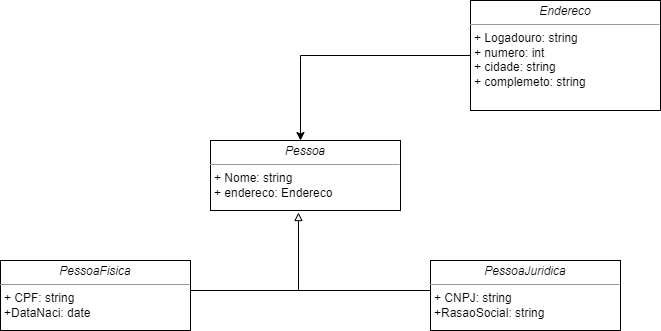
samuelllxlll/senai-git keeps this draw.io diagram as SA2 - Situação-Problema.drawio.png. Above is the earlier version. Source tidied: cells renumbered, new cells last; positions are measured from the earlier drawing's top-left corner, leaving out a move shared by most shapes. The source it was exported from:
```xml
<mxGraphModel>
  <root>
    <mxCell id="0" />
    <mxCell id="1" parent="0" />
    <mxCell id="2" value="&lt;p style=&quot;margin:0px;margin-top:4px;text-align:center;&quot;&gt;&lt;i&gt;Pessoa&lt;/i&gt;&lt;/p&gt;&lt;hr size=&quot;1&quot;&gt;&lt;p style=&quot;margin:0px;margin-left:4px;&quot;&gt;+ Nome: string&lt;/p&gt;&lt;p style=&quot;margin: 0px 0px 0px 4px;&quot;&gt;+ endereco: Endereco&lt;/p&gt;&lt;div&gt;&lt;br&gt;&lt;/div&gt;&lt;p style=&quot;margin:0px;margin-left:4px;&quot;&gt;&lt;br&gt;&lt;/p&gt;" style="verticalAlign=top;align=left;overflow=fill;fontSize=12;fontFamily=Helvetica;html=1;rounded=0;shadow=0;comic=0;labelBackgroundColor=none;strokeWidth=1;" parent="1" vertex="1">
      <mxGeometry x="210" y="140" width="190" height="70" as="geometry" />
    </mxCell>
    <mxCell id="3" style="edgeStyle=orthogonalEdgeStyle;rounded=0;orthogonalLoop=1;jettySize=auto;html=1;exitX=1;exitY=0.5;exitDx=0;exitDy=0;endArrow=none;endFill=0;endSize=6;strokeColor=default;" parent="1" edge="1">
      <mxGeometry relative="1" as="geometry">
        <mxPoint x="190" y="290" as="sourcePoint" />
        <mxPoint x="300" y="290" as="targetPoint" />
      </mxGeometry>
    </mxCell>
    <mxCell id="4" value="&lt;p style=&quot;margin:0px;margin-top:4px;text-align:center;&quot;&gt;&lt;i&gt;PessoaFisica&lt;/i&gt;&lt;/p&gt;&lt;hr size=&quot;1&quot;&gt;&lt;p style=&quot;margin:0px;margin-left:4px;&quot;&gt;+ CPF: string&lt;/p&gt;&lt;p style=&quot;margin:0px;margin-left:4px;&quot;&gt;+DataNaci: date&lt;/p&gt;&lt;p style=&quot;margin:0px;margin-left:4px;&quot;&gt;&lt;br&gt;&lt;/p&gt;" style="verticalAlign=top;align=left;overflow=fill;fontSize=12;fontFamily=Helvetica;html=1;rounded=0;shadow=0;comic=0;labelBackgroundColor=none;strokeWidth=1;" parent="1" vertex="1">
      <mxGeometry y="260" width="190" height="70" as="geometry" />
    </mxCell>
    <mxCell id="5" style="edgeStyle=orthogonalEdgeStyle;rounded=0;jettySize=auto;html=1;exitX=0;exitY=0.5;exitDx=0;exitDy=0;entryX=0.463;entryY=1.029;entryDx=0;entryDy=0;entryPerimeter=0;strokeColor=default;endArrow=block;endFill=0;endSize=6;" parent="1" edge="1" source="6" target="2">
      <mxGeometry relative="1" as="geometry">
        <Array as="points">
          <mxPoint x="430" y="290" />
          <mxPoint x="298" y="290" />
        </Array>
      </mxGeometry>
    </mxCell>
    <mxCell id="6" value="&lt;p style=&quot;margin:0px;margin-top:4px;text-align:center;&quot;&gt;&lt;i&gt;PessoaJuridica&lt;/i&gt;&lt;/p&gt;&lt;hr size=&quot;1&quot;&gt;&lt;p style=&quot;margin:0px;margin-left:4px;&quot;&gt;+ CNPJ: string&lt;/p&gt;&lt;p style=&quot;margin:0px;margin-left:4px;&quot;&gt;+RasaoSocial: string&lt;/p&gt;" style="verticalAlign=top;align=left;overflow=fill;fontSize=12;fontFamily=Helvetica;html=1;rounded=0;shadow=0;comic=0;labelBackgroundColor=none;strokeWidth=1;" parent="1" vertex="1">
      <mxGeometry x="430" y="260" width="190" height="70" as="geometry" />
    </mxCell>
    <mxCell id="7" style="edgeStyle=orthogonalEdgeStyle;rounded=0;jettySize=auto;html=1;exitX=0;exitY=0.5;exitDx=0;exitDy=0;" parent="1" edge="1" source="8">
      <mxGeometry relative="1" as="geometry">
        <mxPoint x="300" y="140" as="targetPoint" />
        <Array as="points">
          <mxPoint x="300" y="60" />
          <mxPoint x="300" y="136" />
        </Array>
      </mxGeometry>
    </mxCell>
    <mxCell id="8" value="&lt;p style=&quot;margin:0px;margin-top:4px;text-align:center;&quot;&gt;&lt;i&gt;Endereco&lt;/i&gt;&lt;/p&gt;&lt;hr size=&quot;1&quot;&gt;&lt;p style=&quot;margin:0px;margin-left:4px;&quot;&gt;+ Logadouro: string&lt;/p&gt;&lt;p style=&quot;margin:0px;margin-left:4px;&quot;&gt;+ numero: int&lt;br&gt;&lt;/p&gt;&lt;p style=&quot;margin:0px;margin-left:4px;&quot;&gt;+ cidade: string&lt;br&gt;&lt;/p&gt;&lt;p style=&quot;margin:0px;margin-left:4px;&quot;&gt;+ complemeto: string&lt;br&gt;&lt;/p&gt;" style="verticalAlign=top;align=left;overflow=fill;fontSize=12;fontFamily=Helvetica;html=1;rounded=0;shadow=0;comic=0;labelBackgroundColor=none;strokeWidth=1;" parent="1" vertex="1">
      <mxGeometry x="470" width="190" height="110" as="geometry" />
    </mxCell>
  </root>
</mxGraphModel>
```
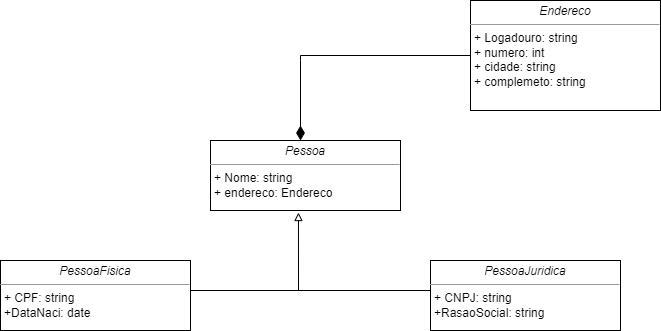
Later version of the same file.

Diff of the diagram source:
```diff
@@ -25,7 +25,7 @@
     <mxCell id="6" value="&lt;p style=&quot;margin:0px;margin-top:4px;text-align:center;&quot;&gt;&lt;i&gt;PessoaJuridica&lt;/i&gt;&lt;/p&gt;&lt;hr size=&quot;1&quot;&gt;&lt;p style=&quot;margin:0px;margin-left:4px;&quot;&gt;+ CNPJ: string&lt;/p&gt;&lt;p style=&quot;margin:0px;margin-left:4px;&quot;&gt;+RasaoSocial: string&lt;/p&gt;" style="verticalAlign=top;align=left;overflow=fill;fontSize=12;fontFamily=Helvetica;html=1;rounded=0;shadow=0;comic=0;labelBackgroundColor=none;strokeWidth=1;" parent="1" vertex="1">
       <mxGeometry x="430" y="260" width="190" height="70" as="geometry" />
     </mxCell>
-    <mxCell id="7" style="edgeStyle=orthogonalEdgeStyle;rounded=0;jettySize=auto;html=1;exitX=0;exitY=0.5;exitDx=0;exitDy=0;" parent="1" edge="1" source="8">
+    <mxCell id="7" style="edgeStyle=orthogonalEdgeStyle;rounded=0;jettySize=auto;html=1;exitX=0;exitY=0.5;exitDx=0;exitDy=0;endArrow=diamondThin;endFill=1;strokeWidth=1;endSize=12;" parent="1" edge="1" source="8">
       <mxGeometry relative="1" as="geometry">
         <mxPoint x="300" y="140" as="targetPoint" />
         <Array as="points">
```
